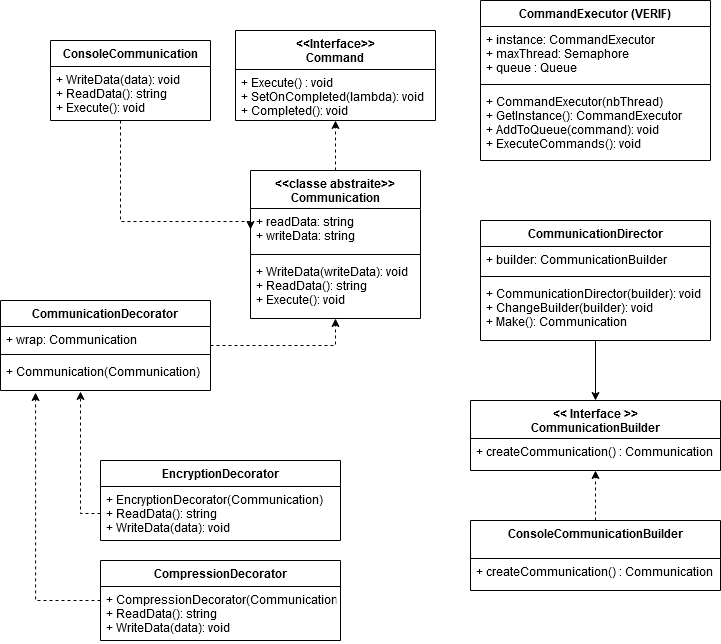
Above: TP1/DIAGRAMME_ARCHI.png in JulietteLaplante/TPs_Patrons (draw.io), before the change. Source tidied: cells renumbered, new cells last; positions are measured from the earlier drawing's top-left corner, leaving out a move shared by most shapes.
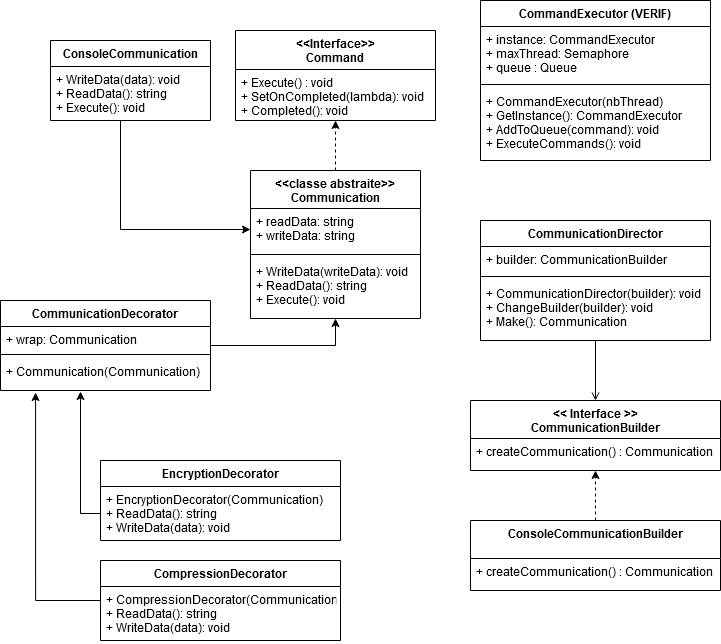
The same diagram one commit later.

Commit message:
ajout fichier architecture

Diff of the diagram source:
```diff
@@ -27,10 +27,10 @@
     <mxCell id="8" value="+ Execute() : void&#10;+ SetOnCompleted(lambda): void&#10;+ Completed(): void&#10;" style="text;strokeColor=none;fillColor=none;align=left;verticalAlign=top;spacingLeft=4;spacingRight=4;overflow=hidden;" parent="7" vertex="1">
       <mxGeometry y="39" width="200" height="51" as="geometry" />
     </mxCell>
-    <mxCell id="9" style="edgeStyle=orthogonalEdgeStyle;rounded=0;jettySize=auto;html=1;entryX=0;entryY=0.5;entryDx=0;entryDy=0;dashed=1;" parent="1" edge="1" source="10" target="4">
+    <mxCell id="9" style="edgeStyle=orthogonalEdgeStyle;rounded=0;jettySize=auto;html=1;entryX=0;entryY=0.5;entryDx=0;entryDy=0;" parent="1" edge="1" source="10" target="4">
       <mxGeometry relative="1" as="geometry">
         <Array as="points">
-          <mxPoint x="120" y="221" />
+          <mxPoint x="120" y="229" />
         </Array>
       </mxGeometry>
     </mxCell>
@@ -58,7 +58,7 @@
     <mxCell id="17" value="+ createCommunication() : Communication&#10;&#10;&#10;" style="text;strokeColor=none;fillColor=none;align=left;verticalAlign=top;spacingLeft=4;spacingRight=4;overflow=hidden;" parent="16" vertex="1">
       <mxGeometry y="38" width="250" height="32" as="geometry" />
     </mxCell>
-    <mxCell id="18" style="edgeStyle=orthogonalEdgeStyle;rounded=0;jettySize=auto;html=1;dashed=1;entryX=0.5;entryY=1;entryDx=0;entryDy=0;" parent="1" edge="1" source="19" target="3">
+    <mxCell id="18" style="edgeStyle=orthogonalEdgeStyle;rounded=0;jettySize=auto;html=1;entryX=0.5;entryY=1;entryDx=0;entryDy=0;" parent="1" edge="1" source="19" target="3">
       <mxGeometry relative="1" as="geometry" />
     </mxCell>
     <mxCell id="19" value="CommunicationDecorator" style="swimlane;fontStyle=1;align=center;verticalAlign=top;horizontal=1;startSize=26;" parent="1" vertex="1">
@@ -73,7 +73,7 @@
     <mxCell id="22" value="+ Communication(Communication)&#10;&#10;&#10;" style="text;strokeColor=none;fillColor=none;align=left;verticalAlign=top;spacingLeft=4;spacingRight=4;overflow=hidden;points=[[0,0.5],[1,0.5]];portConstraint=eastwest;" parent="19" vertex="1">
       <mxGeometry y="58" width="210" height="32" as="geometry" />
     </mxCell>
-    <mxCell id="23" style="edgeStyle=orthogonalEdgeStyle;rounded=0;jettySize=auto;html=1;entryX=0.167;entryY=1.063;entryDx=0;entryDy=0;entryPerimeter=0;dashed=1;" parent="1" edge="1" source="24" target="22">
+    <mxCell id="23" style="edgeStyle=orthogonalEdgeStyle;rounded=0;jettySize=auto;html=1;entryX=0.167;entryY=1.063;entryDx=0;entryDy=0;entryPerimeter=0;" parent="1" edge="1" source="24" target="22">
       <mxGeometry relative="1" as="geometry">
         <Array as="points">
           <mxPoint x="35" y="600" />
@@ -92,10 +92,10 @@
     <mxCell id="27" value="+ EncryptionDecorator(Communication)&#10;+ ReadData(): string&#10;+ WriteData(data): void&#10;" style="text;strokeColor=none;fillColor=none;align=left;verticalAlign=top;spacingLeft=4;spacingRight=4;overflow=hidden;points=[[0,0.5],[1,0.5]];portConstraint=eastwest;" parent="26" vertex="1">
       <mxGeometry y="26" width="240" height="54" as="geometry" />
     </mxCell>
-    <mxCell id="28" style="edgeStyle=orthogonalEdgeStyle;rounded=0;jettySize=auto;html=1;entryX=0.381;entryY=1.031;entryDx=0;entryDy=0;entryPerimeter=0;dashed=1;" parent="1" edge="1" source="27" target="22">
+    <mxCell id="28" style="edgeStyle=orthogonalEdgeStyle;rounded=0;jettySize=auto;html=1;entryX=0.381;entryY=1.031;entryDx=0;entryDy=0;entryPerimeter=0;" parent="1" edge="1" source="27" target="22">
       <mxGeometry relative="1" as="geometry" />
     </mxCell>
-    <mxCell id="29" style="edgeStyle=orthogonalEdgeStyle;rounded=0;jettySize=auto;html=1;entryX=0.5;entryY=0;entryDx=0;entryDy=0;" parent="1" edge="1" source="30" target="16">
+    <mxCell id="29" style="edgeStyle=orthogonalEdgeStyle;rounded=0;jettySize=auto;html=1;entryX=0.5;entryY=0;entryDx=0;entryDy=0;endArrow=open;endFill=0;" parent="1" edge="1" source="30" target="16">
       <mxGeometry relative="1" as="geometry" />
     </mxCell>
     <mxCell id="30" value="CommunicationDirector" style="swimlane;fontStyle=1;align=center;verticalAlign=top;horizontal=1;startSize=26;" parent="1" vertex="1">
```
